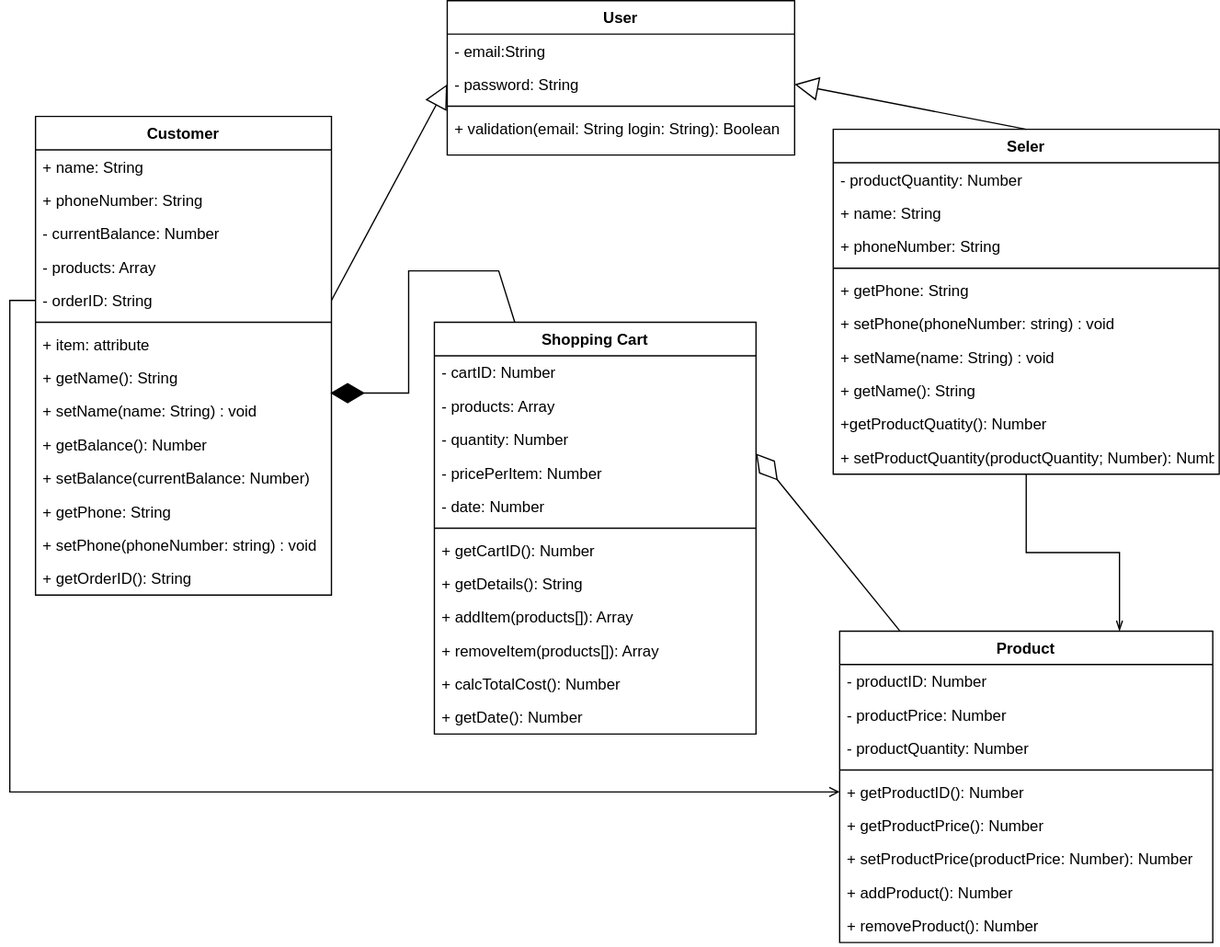
Above: Untitled Diagram.drawio.svg in artemhoriuk1994/CV (draw.io), before the change. Source tidied: cells renumbered, new cells last; positions are measured from the earlier drawing's top-left corner, leaving out a move shared by most shapes.
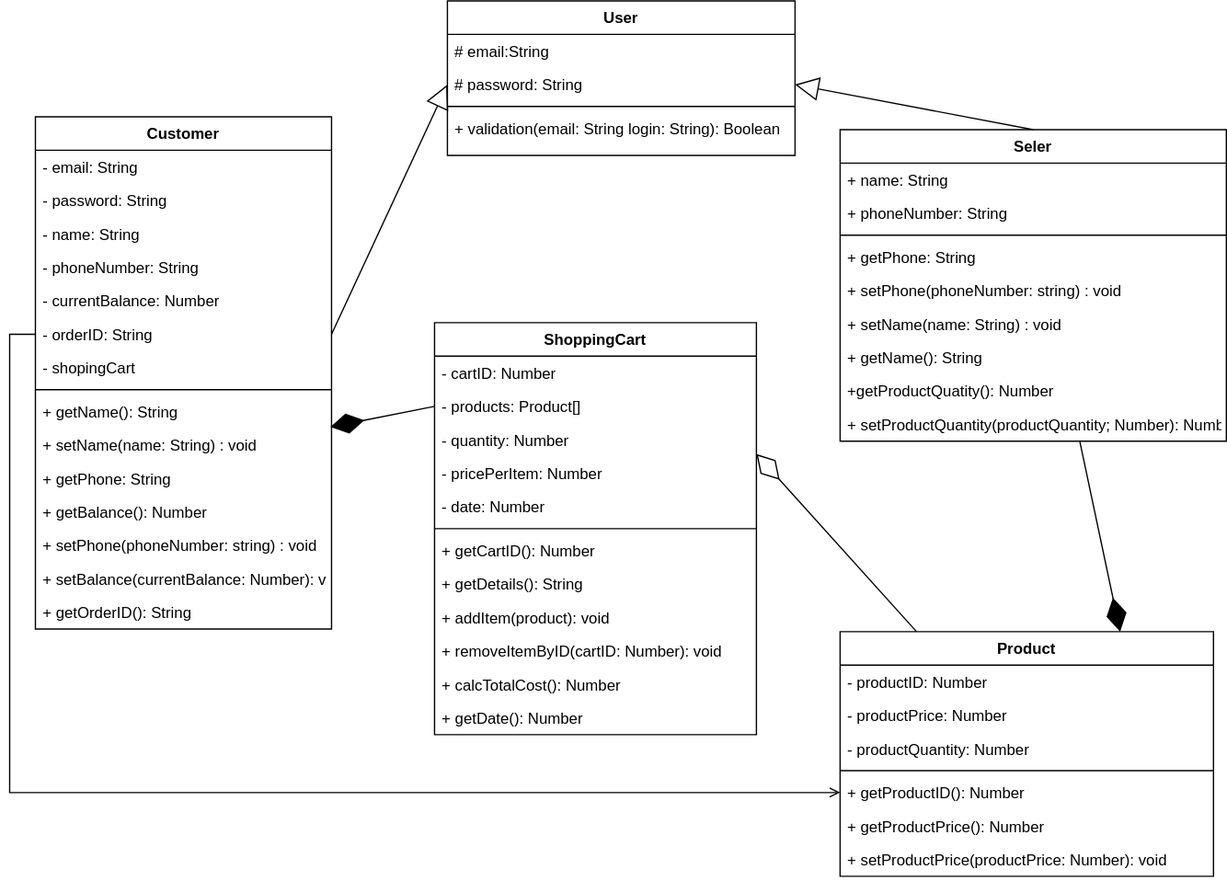
The same diagram one commit later.

Diff of the diagram source:
```diff
@@ -5,10 +5,10 @@
     <mxCell id="2" value="User" style="swimlane;fontStyle=1;align=center;verticalAlign=top;horizontal=1;startSize=26;rounded=0;shadow=0;strokeWidth=1;" parent="1" vertex="1">
       <mxGeometry x="320" width="270" height="120" as="geometry" />
     </mxCell>
-    <mxCell id="3" value="- email:String&#10;" style="text;align=left;verticalAlign=top;spacingLeft=4;spacingRight=4;overflow=hidden;rounded=0;shadow=0;html=0;" parent="2" vertex="1">
+    <mxCell id="3" value="# email:String&#10;" style="text;align=left;verticalAlign=top;spacingLeft=4;spacingRight=4;overflow=hidden;rounded=0;shadow=0;html=0;" parent="2" vertex="1">
       <mxGeometry y="26" width="270" height="26" as="geometry" />
     </mxCell>
-    <mxCell id="4" value="- password: String" style="text;strokeColor=none;fillColor=none;align=left;verticalAlign=top;spacingLeft=4;spacingRight=4;overflow=hidden;points=[[0,0.5],[1,0.5]];portConstraint=eastwest;" parent="2" vertex="1">
+    <mxCell id="4" value="# password: String" style="text;strokeColor=none;fillColor=none;align=left;verticalAlign=top;spacingLeft=4;spacingRight=4;overflow=hidden;points=[[0,0.5],[1,0.5]];portConstraint=eastwest;" parent="2" vertex="1">
       <mxGeometry y="52" width="270" height="26" as="geometry" />
     </mxCell>
     <mxCell id="5" style="line;html=1;strokeWidth=1;align=left;verticalAlign=middle;spacingTop=-1;spacingLeft=3;spacingRight=3;labelPosition=right;" parent="2" vertex="1">
@@ -18,52 +18,55 @@
       <mxGeometry y="86" width="270" height="26" as="geometry" />
     </mxCell>
     <mxCell id="7" value="Customer" style="swimlane;fontStyle=1;align=center;verticalAlign=top;horizontal=1;startSize=26;" parent="1" vertex="1">
-      <mxGeometry y="90" width="230" height="372" as="geometry" />
+      <mxGeometry y="90" width="230" height="398" as="geometry" />
     </mxCell>
+    <mxCell id="62" value="- email: String" style="text;strokeColor=none;fillColor=none;align=left;verticalAlign=top;spacingLeft=4;spacingRight=4;overflow=hidden;" parent="7" vertex="1">
+      <mxGeometry y="26" width="230" height="26" as="geometry" />
+    </mxCell>
+    <mxCell id="63" value="- password: String" style="text;strokeColor=none;fillColor=none;align=left;verticalAlign=top;spacingLeft=4;spacingRight=4;overflow=hidden;" parent="7" vertex="1">
+      <mxGeometry y="52" width="230" height="26" as="geometry" />
+    </mxCell>
-    <mxCell id="8" value="+ name: String" style="text;align=left;verticalAlign=top;spacingLeft=4;spacingRight=4;overflow=hidden;" parent="7" vertex="1">
-      <mxGeometry y="26" width="230" height="26" as="geometry" />
+    <mxCell id="8" value="- name: String" style="text;align=left;verticalAlign=top;spacingLeft=4;spacingRight=4;overflow=hidden;" parent="7" vertex="1">
+      <mxGeometry y="78" width="230" height="26" as="geometry" />
     </mxCell>
-    <mxCell id="9" value="+ phoneNumber: String" style="text;align=left;verticalAlign=top;spacingLeft=4;spacingRight=4;overflow=hidden;rounded=0;shadow=0;html=0;" parent="7" vertex="1">
-      <mxGeometry y="52" width="230" height="26" as="geometry" />
+    <mxCell id="9" value="- phoneNumber: String" style="text;align=left;verticalAlign=top;spacingLeft=4;spacingRight=4;overflow=hidden;rounded=0;shadow=0;html=0;" parent="7" vertex="1">
+      <mxGeometry y="104" width="230" height="26" as="geometry" />
     </mxCell>
     <mxCell id="10" value="- currentBalance: Number" style="text;strokeColor=none;fillColor=none;align=left;verticalAlign=top;spacingLeft=4;spacingRight=4;overflow=hidden;" parent="7" vertex="1">
-      <mxGeometry y="78" width="230" height="26" as="geometry" />
+      <mxGeometry y="130" width="230" height="26" as="geometry" />
     </mxCell>
-    <mxCell id="11" value="- products: Array" style="text;strokeColor=none;fillColor=none;align=left;verticalAlign=top;spacingLeft=4;spacingRight=4;overflow=hidden;" parent="7" vertex="1">
-      <mxGeometry y="104" width="230" height="26" as="geometry" />
-    </mxCell>
     <mxCell id="12" value="- orderID: String" style="text;strokeColor=none;fillColor=none;align=left;verticalAlign=top;spacingLeft=4;spacingRight=4;overflow=hidden;points=[[0,0.5],[1,0.5]];portConstraint=eastwest;" parent="7" vertex="1">
-      <mxGeometry y="130" width="230" height="26" as="geometry" />
+      <mxGeometry y="156" width="230" height="26" as="geometry" />
     </mxCell>
+    <mxCell id="64" value="- shopingCart" style="text;strokeColor=none;fillColor=none;align=left;verticalAlign=top;spacingLeft=4;spacingRight=4;overflow=hidden;" parent="7" vertex="1">
+      <mxGeometry y="182" width="230" height="26" as="geometry" />
+    </mxCell>
     <mxCell id="13" style="line;strokeWidth=1;fillColor=none;align=left;verticalAlign=middle;spacingTop=-1;spacingLeft=3;spacingRight=3;labelPosition=right;" parent="7" vertex="1">
-      <mxGeometry y="156" width="230" height="8" as="geometry" />
+      <mxGeometry y="208" width="230" height="8" as="geometry" />
     </mxCell>
-    <mxCell id="14" value="+ item: attribute" style="text;strokeColor=none;fillColor=none;align=left;verticalAlign=top;spacingLeft=4;spacingRight=4;overflow=hidden;" parent="7" vertex="1">
-      <mxGeometry y="164" width="230" height="26" as="geometry" />
-    </mxCell>
     <mxCell id="15" value="+ getName(): String" style="text;strokeColor=none;fillColor=none;align=left;verticalAlign=top;spacingLeft=4;spacingRight=4;overflow=hidden;points=[[0,0.5],[1,0.5]];portConstraint=eastwest;" parent="7" vertex="1">
-      <mxGeometry y="190" width="230" height="26" as="geometry" />
+      <mxGeometry y="216" width="230" height="26" as="geometry" />
     </mxCell>
     <mxCell id="16" value="+ setName(name: String) : void" style="text;strokeColor=none;fillColor=none;align=left;verticalAlign=top;spacingLeft=4;spacingRight=4;overflow=hidden;" parent="7" vertex="1">
-      <mxGeometry y="216" width="230" height="26" as="geometry" />
+      <mxGeometry y="242" width="230" height="26" as="geometry" />
     </mxCell>
+    <mxCell id="19" value="+ getPhone: String" style="text;strokeColor=none;fillColor=none;align=left;verticalAlign=top;spacingLeft=4;spacingRight=4;overflow=hidden;" parent="7" vertex="1">
+      <mxGeometry y="268" width="230" height="26" as="geometry" />
+    </mxCell>
     <mxCell id="17" value="+ getBalance(): Number" style="text;strokeColor=none;fillColor=none;align=left;verticalAlign=top;spacingLeft=4;spacingRight=4;overflow=hidden;" parent="7" vertex="1">
-      <mxGeometry y="242" width="230" height="26" as="geometry" />
+      <mxGeometry y="294" width="230" height="26" as="geometry" />
     </mxCell>
+    <mxCell id="20" value="+ setPhone(phoneNumber: string) : void" style="text;strokeColor=none;fillColor=none;align=left;verticalAlign=top;spacingLeft=4;spacingRight=4;overflow=hidden;" parent="7" vertex="1">
+      <mxGeometry y="320" width="230" height="26" as="geometry" />
+    </mxCell>
-    <mxCell id="18" value="+ setBalance(currentBalance: Number)" style="text;strokeColor=none;fillColor=none;align=left;verticalAlign=top;spacingLeft=4;spacingRight=4;overflow=hidden;" parent="7" vertex="1">
-      <mxGeometry y="268" width="230" height="26" as="geometry" />
+    <mxCell id="18" value="+ setBalance(currentBalance: Number): void&#10;" style="text;strokeColor=none;fillColor=none;align=left;verticalAlign=top;spacingLeft=4;spacingRight=4;overflow=hidden;" parent="7" vertex="1">
+      <mxGeometry y="346" width="230" height="26" as="geometry" />
     </mxCell>
-    <mxCell id="19" value="+ getPhone: String" style="text;strokeColor=none;fillColor=none;align=left;verticalAlign=top;spacingLeft=4;spacingRight=4;overflow=hidden;" parent="7" vertex="1">
-      <mxGeometry y="294" width="230" height="26" as="geometry" />
-    </mxCell>
-    <mxCell id="20" value="+ setPhone(phoneNumber: string) : void" style="text;strokeColor=none;fillColor=none;align=left;verticalAlign=top;spacingLeft=4;spacingRight=4;overflow=hidden;" parent="7" vertex="1">
-      <mxGeometry y="320" width="230" height="26" as="geometry" />
-    </mxCell>
     <mxCell id="21" value="+ getOrderID(): String" style="text;strokeColor=none;fillColor=none;align=left;verticalAlign=top;spacingLeft=4;spacingRight=4;overflow=hidden;" parent="7" vertex="1">
-      <mxGeometry y="346" width="230" height="26" as="geometry" />
+      <mxGeometry y="372" width="230" height="26" as="geometry" />
     </mxCell>
     <mxCell id="22" value="Product" style="swimlane;fontStyle=1;align=center;verticalAlign=top;horizontal=1;startSize=26;" parent="1" vertex="1">
-      <mxGeometry x="625" y="490" width="290" height="242" as="geometry" />
+      <mxGeometry x="625" y="490" width="290" height="190" as="geometry" />
     </mxCell>
     <mxCell id="23" value="- productID: Number" style="text;strokeColor=none;fillColor=none;align=left;verticalAlign=top;spacingLeft=4;spacingRight=4;overflow=hidden;" parent="22" vertex="1">
       <mxGeometry y="26" width="290" height="26" as="geometry" />
@@ -83,58 +86,46 @@
     <mxCell id="28" value="+ getProductPrice(): Number" style="text;strokeColor=none;fillColor=none;align=left;verticalAlign=top;spacingLeft=4;spacingRight=4;overflow=hidden;" parent="22" vertex="1">
       <mxGeometry y="138" width="290" height="26" as="geometry" />
     </mxCell>
-    <mxCell id="29" value="+ setProductPrice(productPrice: Number): Number" style="text;strokeColor=none;fillColor=none;align=left;verticalAlign=top;spacingLeft=4;spacingRight=4;overflow=hidden;" parent="22" vertex="1">
+    <mxCell id="29" value="+ setProductPrice(productPrice: Number): void" style="text;strokeColor=none;fillColor=none;align=left;verticalAlign=top;spacingLeft=4;spacingRight=4;overflow=hidden;" parent="22" vertex="1">
       <mxGeometry y="164" width="290" height="26" as="geometry" />
     </mxCell>
-    <mxCell id="30" value="+ addProduct(): Number" style="text;strokeColor=none;fillColor=none;align=left;verticalAlign=top;spacingLeft=4;spacingRight=4;overflow=hidden;" parent="22" vertex="1">
-      <mxGeometry y="190" width="290" height="26" as="geometry" />
-    </mxCell>
-    <mxCell id="31" value="+ removeProduct(): Number" style="text;strokeColor=none;fillColor=none;align=left;verticalAlign=top;spacingLeft=4;spacingRight=4;overflow=hidden;" parent="22" vertex="1">
-      <mxGeometry y="216" width="290" height="26" as="geometry" />
-    </mxCell>
-    <mxCell id="32" style="edgeStyle=orthogonalEdgeStyle;rounded=0;jettySize=auto;html=1;entryX=0.75;entryY=0;entryDx=0;entryDy=0;endArrow=openThin;endFill=0;" parent="1" edge="1" source="33" target="22">
-      <mxGeometry relative="1" as="geometry" />
-    </mxCell>
     <mxCell id="33" value="Seler" style="swimlane;fontStyle=1;align=center;verticalAlign=top;horizontal=1;startSize=26;" parent="1" vertex="1">
-      <mxGeometry x="620" y="100" width="300" height="268" as="geometry" />
+      <mxGeometry x="625" y="100" width="300" height="242" as="geometry" />
     </mxCell>
-    <mxCell id="34" value="- productQuantity: Number" style="text;strokeColor=none;fillColor=none;align=left;verticalAlign=top;spacingLeft=4;spacingRight=4;overflow=hidden;" parent="33" vertex="1">
-      <mxGeometry y="26" width="300" height="26" as="geometry" />
-    </mxCell>
     <mxCell id="35" value="+ name: String" style="text;align=left;verticalAlign=top;spacingLeft=4;spacingRight=4;overflow=hidden;" parent="33" vertex="1">
-      <mxGeometry y="52" width="300" height="26" as="geometry" />
+      <mxGeometry y="26" width="300" height="26" as="geometry" />
     </mxCell>
     <mxCell id="36" value="+ phoneNumber: String" style="text;align=left;verticalAlign=top;spacingLeft=4;spacingRight=4;overflow=hidden;rounded=0;shadow=0;html=0;" parent="33" vertex="1">
-      <mxGeometry y="78" width="300" height="26" as="geometry" />
+      <mxGeometry y="52" width="300" height="26" as="geometry" />
     </mxCell>
     <mxCell id="37" style="line;strokeWidth=1;fillColor=none;align=left;verticalAlign=middle;spacingTop=-1;spacingLeft=3;spacingRight=3;labelPosition=right;" parent="33" vertex="1">
-      <mxGeometry y="104" width="300" height="8" as="geometry" />
+      <mxGeometry y="78" width="300" height="8" as="geometry" />
     </mxCell>
     <mxCell id="38" value="+ getPhone: String" style="text;strokeColor=none;fillColor=none;align=left;verticalAlign=top;spacingLeft=4;spacingRight=4;overflow=hidden;" parent="33" vertex="1">
-      <mxGeometry y="112" width="300" height="26" as="geometry" />
+      <mxGeometry y="86" width="300" height="26" as="geometry" />
     </mxCell>
     <mxCell id="39" value="+ setPhone(phoneNumber: string) : void" style="text;strokeColor=none;fillColor=none;align=left;verticalAlign=top;spacingLeft=4;spacingRight=4;overflow=hidden;" parent="33" vertex="1">
-      <mxGeometry y="138" width="300" height="26" as="geometry" />
+      <mxGeometry y="112" width="300" height="26" as="geometry" />
     </mxCell>
     <mxCell id="40" value="+ setName(name: String) : void" style="text;strokeColor=none;fillColor=none;align=left;verticalAlign=top;spacingLeft=4;spacingRight=4;overflow=hidden;" parent="33" vertex="1">
-      <mxGeometry y="164" width="300" height="26" as="geometry" />
+      <mxGeometry y="138" width="300" height="26" as="geometry" />
     </mxCell>
     <mxCell id="41" value="+ getName(): String" style="text;strokeColor=none;fillColor=none;align=left;verticalAlign=top;spacingLeft=4;spacingRight=4;overflow=hidden;" parent="33" vertex="1">
-      <mxGeometry y="190" width="300" height="26" as="geometry" />
+      <mxGeometry y="164" width="300" height="26" as="geometry" />
     </mxCell>
     <mxCell id="42" value="+getProductQuatity(): Number" style="text;strokeColor=none;fillColor=none;align=left;verticalAlign=top;spacingLeft=4;spacingRight=4;overflow=hidden;" parent="33" vertex="1">
-      <mxGeometry y="216" width="300" height="26" as="geometry" />
+      <mxGeometry y="190" width="300" height="26" as="geometry" />
     </mxCell>
     <mxCell id="43" value="+ setProductQuantity(productQuantity; Number): Number" style="text;strokeColor=none;fillColor=none;align=left;verticalAlign=top;spacingLeft=4;spacingRight=4;overflow=hidden;points=[[0,0.5],[1,0.5]];portConstraint=eastwest;" parent="33" vertex="1">
-      <mxGeometry y="242" width="300" height="26" as="geometry" />
+      <mxGeometry y="216" width="300" height="26" as="geometry" />
     </mxCell>
-    <mxCell id="44" value="Shopping Cart" style="swimlane;fontStyle=1;align=center;verticalAlign=top;horizontal=1;startSize=26;" parent="1" vertex="1">
+    <mxCell id="44" value="ShoppingCart" style="swimlane;fontStyle=1;align=center;verticalAlign=top;horizontal=1;startSize=26;" parent="1" vertex="1">
       <mxGeometry x="310" y="250" width="250" height="320" as="geometry" />
     </mxCell>
     <mxCell id="45" value="- cartID: Number" style="text;strokeColor=none;fillColor=none;align=left;verticalAlign=top;spacingLeft=4;spacingRight=4;overflow=hidden;" parent="44" vertex="1">
       <mxGeometry y="26" width="250" height="26" as="geometry" />
     </mxCell>
-    <mxCell id="46" value="- products: Array" style="text;strokeColor=none;fillColor=none;align=left;verticalAlign=top;spacingLeft=4;spacingRight=4;overflow=hidden;points=[[0,0.5],[1,0.5]];portConstraint=eastwest;" parent="44" vertex="1">
+    <mxCell id="46" value="- products: Product[]" style="text;strokeColor=none;fillColor=none;align=left;verticalAlign=top;spacingLeft=4;spacingRight=4;overflow=hidden;points=[[0,0.5],[1,0.5]];portConstraint=eastwest;" parent="44" vertex="1">
       <mxGeometry y="52" width="250" height="26" as="geometry" />
     </mxCell>
     <mxCell id="47" value="- quantity: Number" style="text;strokeColor=none;fillColor=none;align=left;verticalAlign=top;spacingLeft=4;spacingRight=4;overflow=hidden;points=[[0,0.5],[1,0.5]];portConstraint=eastwest;" parent="44" vertex="1">
@@ -155,10 +146,10 @@
     <mxCell id="52" value="+ getDetails(): String" style="text;strokeColor=none;fillColor=none;align=left;verticalAlign=top;spacingLeft=4;spacingRight=4;overflow=hidden;" parent="44" vertex="1">
       <mxGeometry y="190" width="250" height="26" as="geometry" />
     </mxCell>
-    <mxCell id="53" value="+ addItem(products[]): Array" style="text;strokeColor=none;fillColor=none;align=left;verticalAlign=top;spacingLeft=4;spacingRight=4;overflow=hidden;" parent="44" vertex="1">
+    <mxCell id="53" value="+ addItem(product): void" style="text;strokeColor=none;fillColor=none;align=left;verticalAlign=top;spacingLeft=4;spacingRight=4;overflow=hidden;" parent="44" vertex="1">
       <mxGeometry y="216" width="250" height="26" as="geometry" />
     </mxCell>
-    <mxCell id="54" value="+ removeItem(products[]): Array" style="text;strokeColor=none;fillColor=none;align=left;verticalAlign=top;spacingLeft=4;spacingRight=4;overflow=hidden;" parent="44" vertex="1">
+    <mxCell id="54" value="+ removeItemByID(cartID: Number): void" style="text;strokeColor=none;fillColor=none;align=left;verticalAlign=top;spacingLeft=4;spacingRight=4;overflow=hidden;" parent="44" vertex="1">
       <mxGeometry y="242" width="250" height="26" as="geometry" />
     </mxCell>
     <mxCell id="55" value="+ calcTotalCost(): Number" style="text;strokeColor=none;fillColor=none;align=left;verticalAlign=top;spacingLeft=4;spacingRight=4;overflow=hidden;" parent="44" vertex="1">
@@ -173,14 +164,8 @@
     <mxCell id="58" value="Extends" style="endArrow=block;endSize=16;endFill=0;html=1;rounded=0;entryX=0;entryY=0.5;entryDx=0;entryDy=0;exitX=1;exitY=0.5;exitDx=0;exitDy=0;textOpacity=0;" parent="1" edge="1" source="12" target="4">
       <mxGeometry relative="1" as="geometry" />
     </mxCell>
-    <mxCell id="59" style="endArrow=diamondThin;endFill=1;endSize=24;html=1;rounded=0;entryX=0.996;entryY=0.962;entryDx=0;entryDy=0;entryPerimeter=0;exitX=0.25;exitY=0;exitDx=0;exitDy=0;" parent="1" edge="1" source="44" target="15">
-      <mxGeometry relative="1" as="geometry">
-        <Array as="points">
-          <mxPoint x="360" y="210" />
-          <mxPoint x="290" y="210" />
-          <mxPoint x="290" y="305" />
-        </Array>
-      </mxGeometry>
+    <mxCell id="59" style="endArrow=diamondThin;endFill=1;endSize=24;html=1;rounded=0;entryX=0.996;entryY=0.962;entryDx=0;entryDy=0;entryPerimeter=0;exitX=0;exitY=0.5;exitDx=0;exitDy=0;" parent="1" edge="1" source="46" target="15">
+      <mxGeometry relative="1" as="geometry" />
     </mxCell>
     <mxCell id="60" style="endArrow=diamondThin;endFill=0;endSize=24;html=1;rounded=0;entryX=1;entryY=0.923;entryDx=0;entryDy=0;entryPerimeter=0;" parent="1" edge="1" source="22" target="47">
       <mxGeometry relative="1" as="geometry" />
@@ -188,5 +173,8 @@
     <mxCell id="61" style="edgeStyle=orthogonalEdgeStyle;rounded=0;jettySize=auto;html=1;exitX=0;exitY=0.5;exitDx=0;exitDy=0;entryX=0;entryY=0.5;entryDx=0;entryDy=0;endArrow=open;endFill=0;" parent="1" edge="1" source="12" target="27">
       <mxGeometry relative="1" as="geometry" />
     </mxCell>
+    <mxCell id="65" style="endArrow=diamondThin;endFill=1;endSize=24;html=1;rounded=0;sourcePerimeterSpacing=0;strokeWidth=1;jumpSize=9;entryX=0.75;entryY=0;entryDx=0;entryDy=0;exitX=0.62;exitY=0.977;exitDx=0;exitDy=0;exitPerimeter=0;" parent="1" edge="1" source="43" target="22">
+      <mxGeometry relative="1" as="geometry" />
+    </mxCell>
   </root>
 </mxGraphModel>
```
